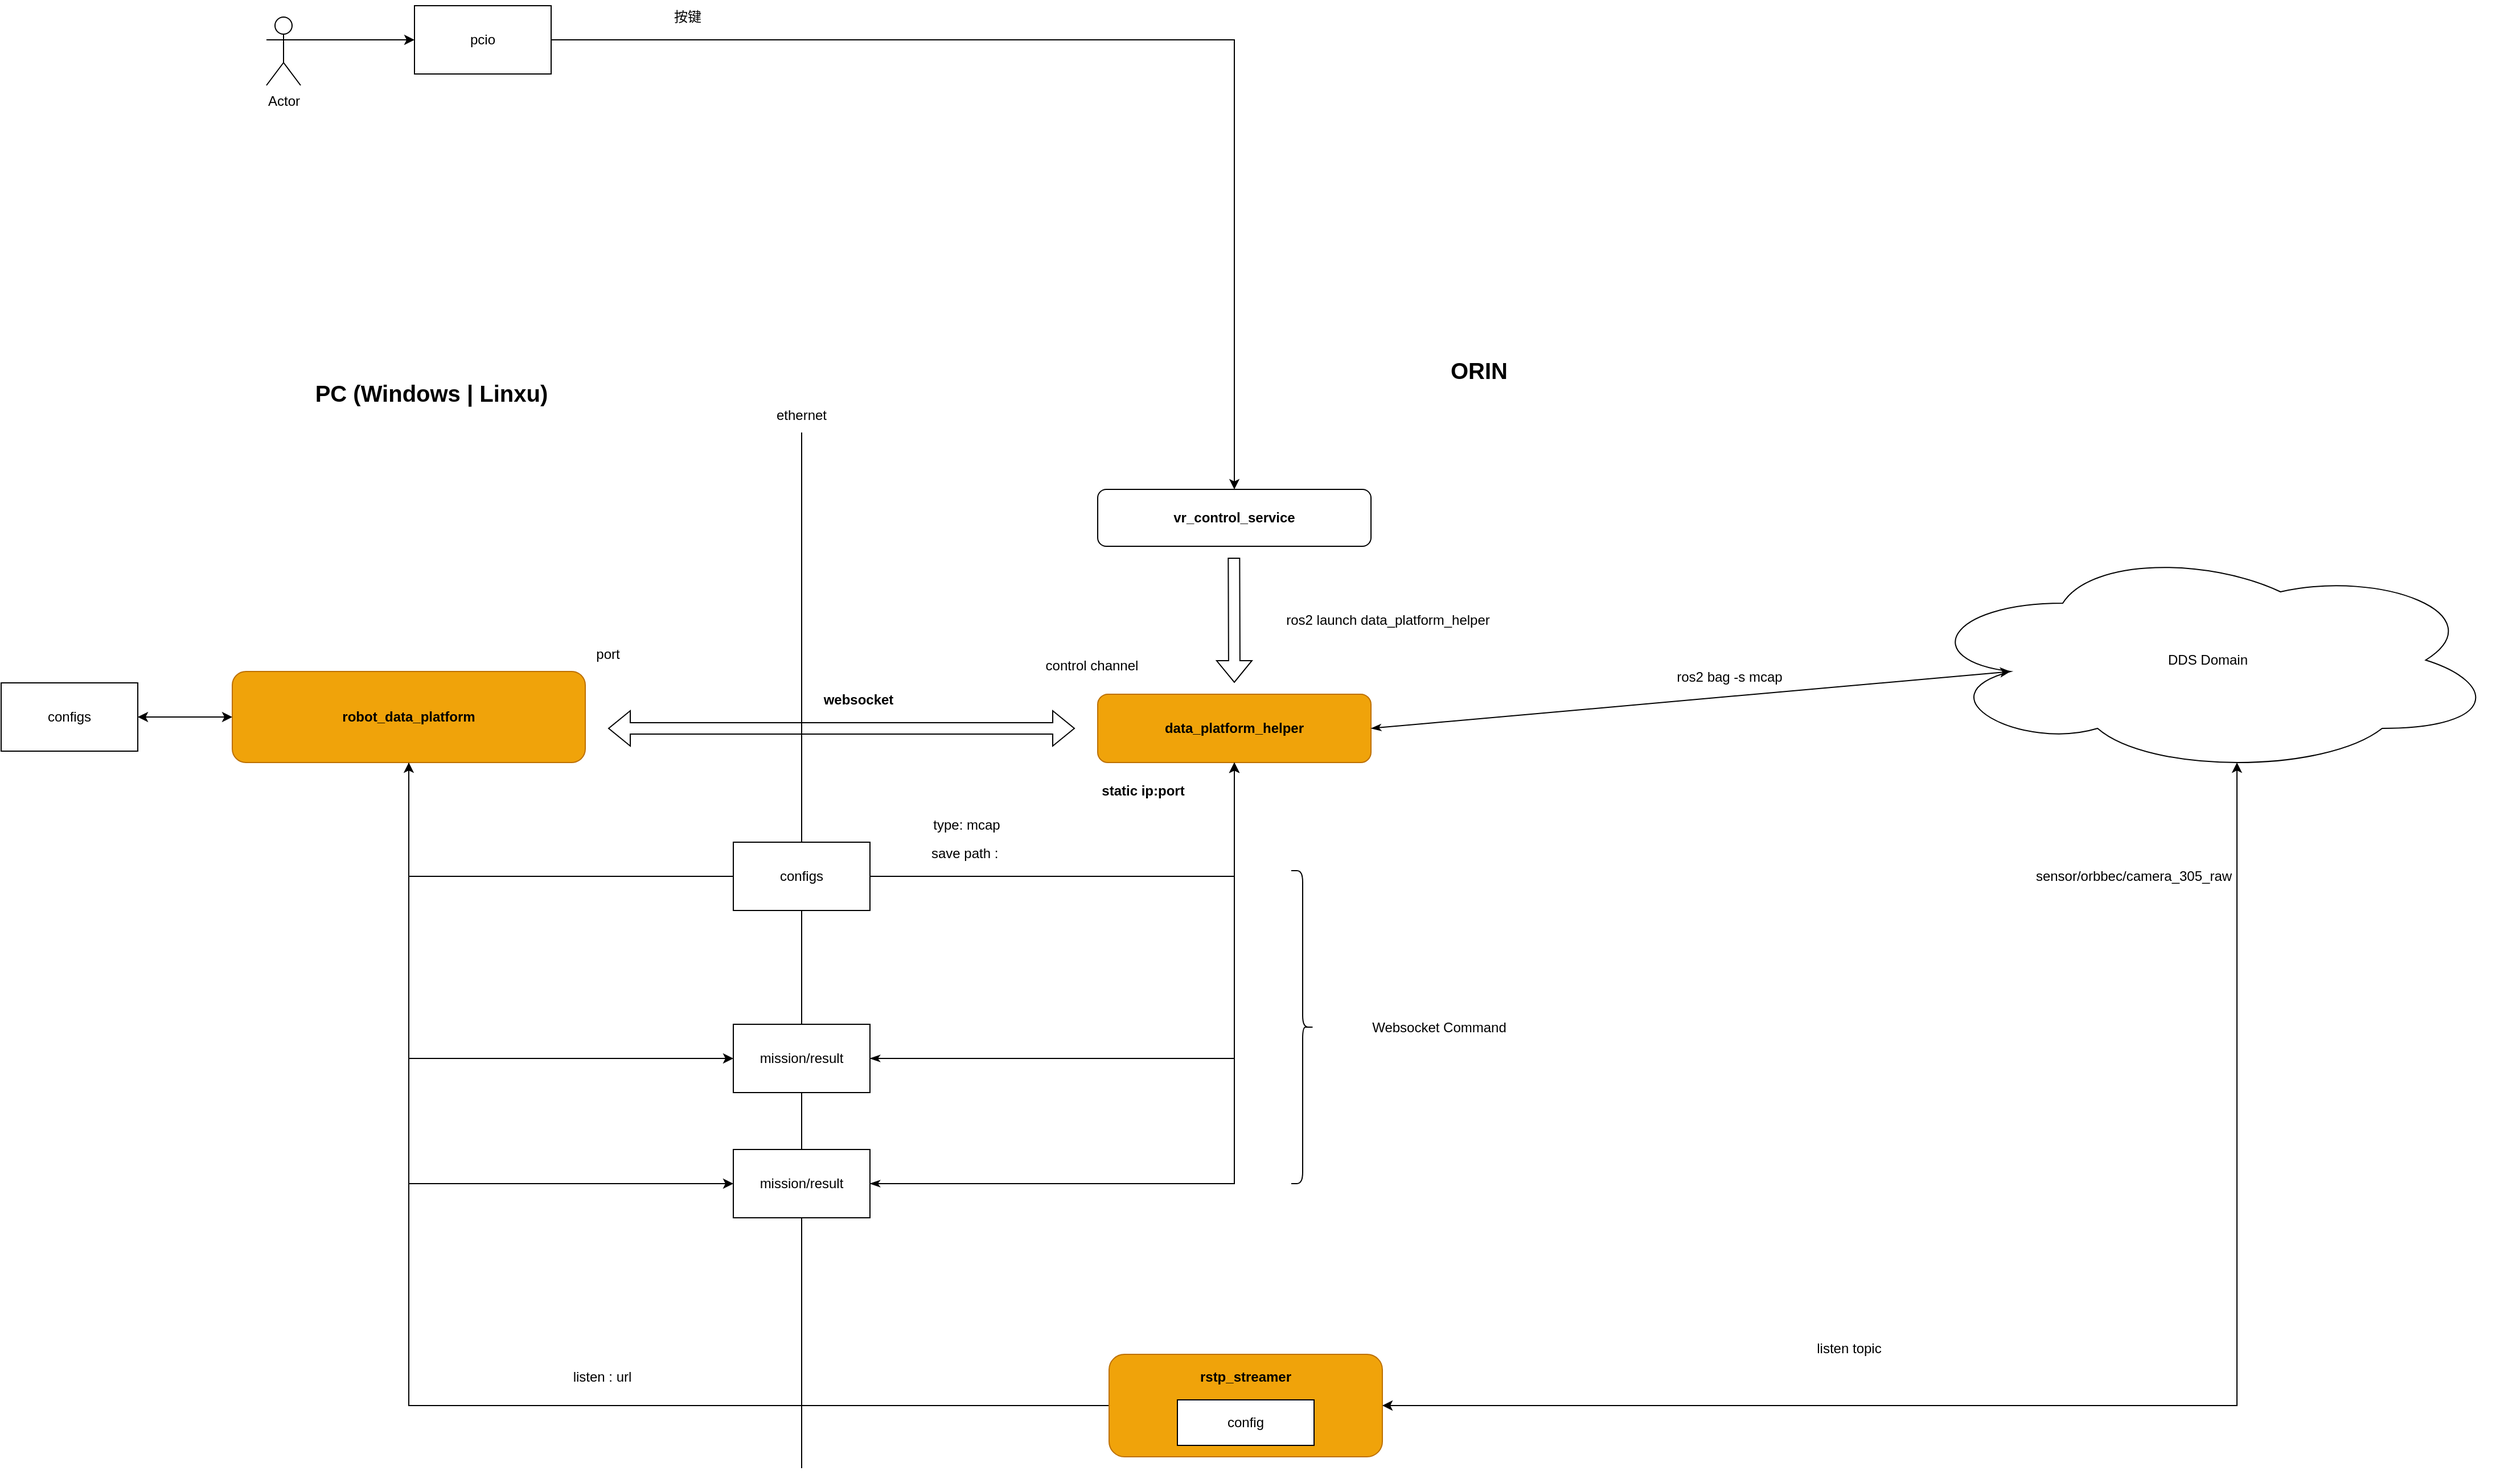
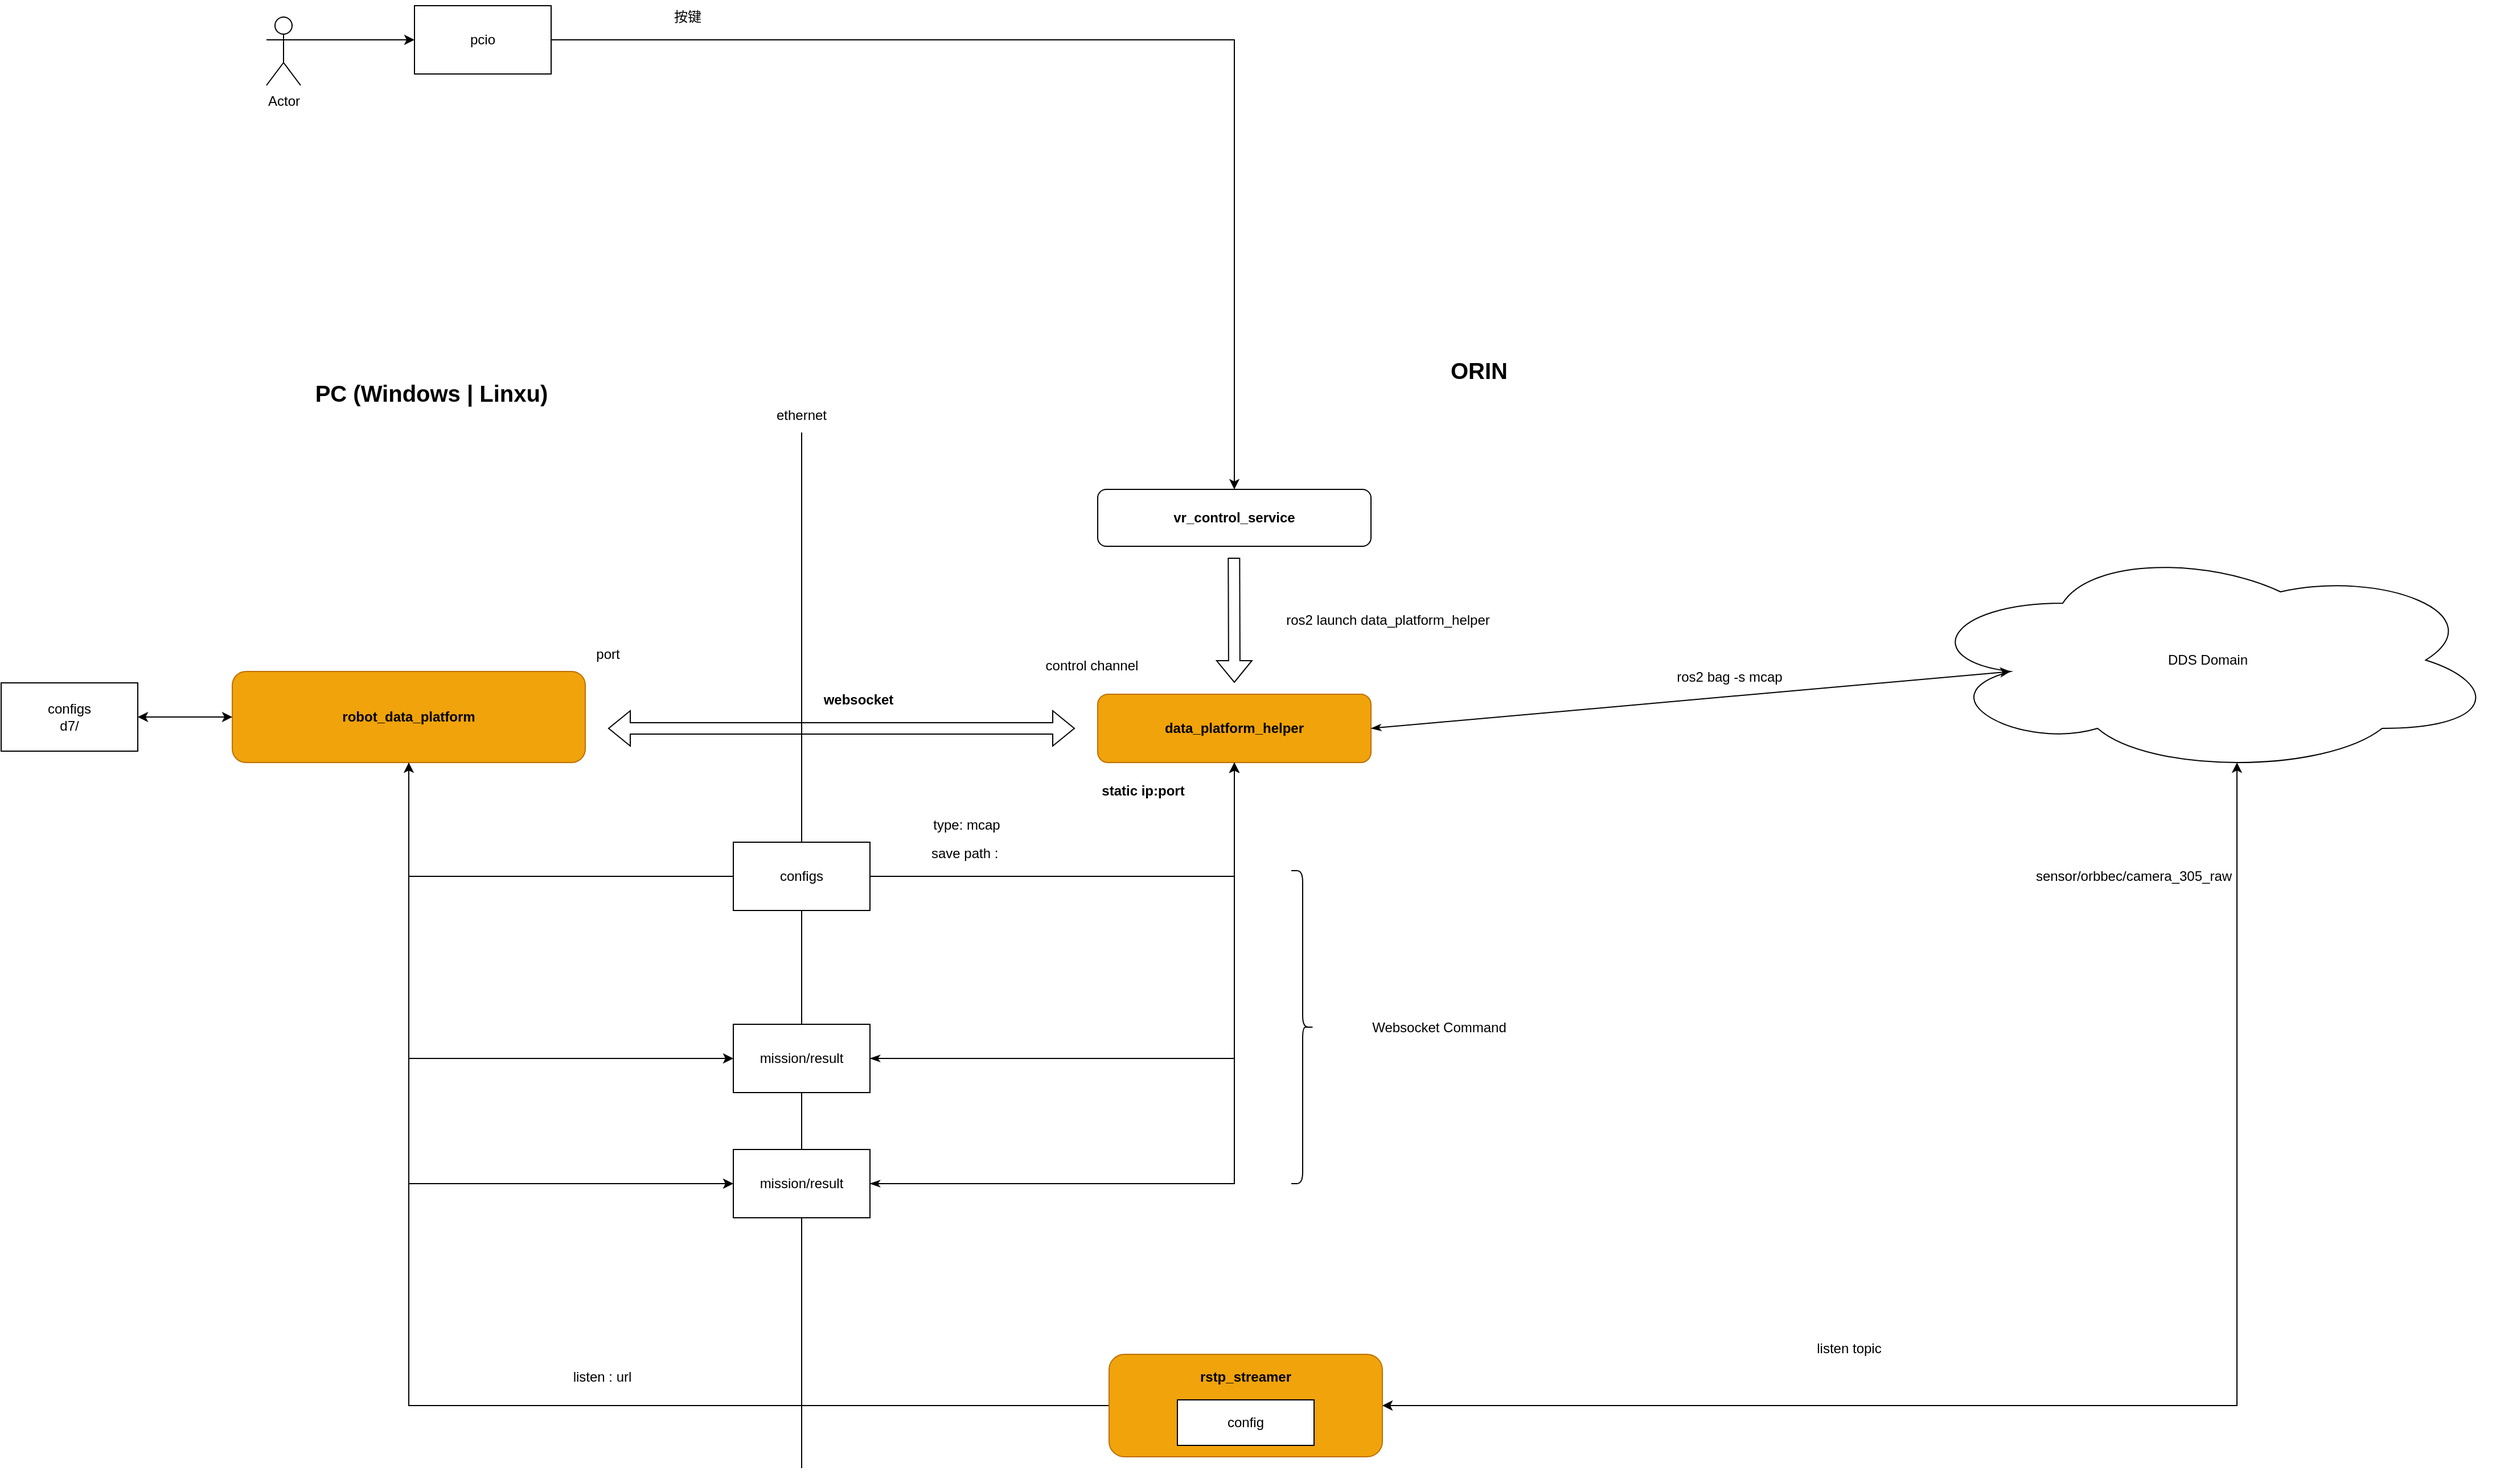
<mxfile host="app.diagrams.net" pages="2">
  <diagram name="第 1 页" id="ybuJFLsuspTRZjUBc2Sj">
-     <mxGraphModel dx="2079" dy="1834" grid="1" gridSize="10" guides="1" tooltips="1" connect="1" arrows="1" fold="1" page="1" pageScale="1" pageWidth="827" pageHeight="1169" math="0" shadow="0">
+     <mxGraphModel dx="2540" dy="2078" grid="1" gridSize="10" guides="1" tooltips="1" connect="1" arrows="1" fold="1" page="1" pageScale="1" pageWidth="827" pageHeight="1169" math="0" shadow="0">
      <root>
        <mxCell id="0" />
        <mxCell id="1" parent="0" />
        <mxCell id="PG_7JgB4xY41xIrBQNpI-2" parent="1" style="text;html=1;whiteSpace=wrap;strokeColor=none;fillColor=none;align=center;verticalAlign=middle;rounded=0;fontStyle=1;fontSize=20;" value="ORIN" vertex="1">
          <mxGeometry height="50" width="250" x="640" y="150" as="geometry" />
        </mxCell>
        <mxCell id="PG_7JgB4xY41xIrBQNpI-3" edge="1" parent="1" source="PG_7JgB4xY41xIrBQNpI-25" style="endArrow=none;html=1;rounded=0;" value="">
          <mxGeometry height="50" relative="1" width="50" as="geometry">
            <mxPoint x="170" y="1140" as="sourcePoint" />
            <mxPoint x="170" y="230" as="targetPoint" />
          </mxGeometry>
        </mxCell>
        <mxCell id="PG_7JgB4xY41xIrBQNpI-4" parent="1" style="rounded=1;whiteSpace=wrap;html=1;fontStyle=1;fillColor=#f0a30a;fontColor=#000000;strokeColor=#BD7000;" value="data_platform_helper" vertex="1">
          <mxGeometry height="60" width="240" x="430" y="460" as="geometry" />
        </mxCell>
        <mxCell id="PG_7JgB4xY41xIrBQNpI-6" parent="1" style="rounded=1;whiteSpace=wrap;html=1;fontStyle=1" value="vr_control_service" vertex="1">
          <mxGeometry height="50" width="240" x="430" y="280" as="geometry" />
        </mxCell>
        <mxCell id="PG_7JgB4xY41xIrBQNpI-26" edge="1" parent="1" source="PG_7JgB4xY41xIrBQNpI-7" style="edgeStyle=orthogonalEdgeStyle;rounded=0;orthogonalLoop=1;jettySize=auto;html=1;exitX=0.5;exitY=1;exitDx=0;exitDy=0;entryX=0.5;entryY=1;entryDx=0;entryDy=0;" target="PG_7JgB4xY41xIrBQNpI-4">
          <mxGeometry relative="1" as="geometry">
            <Array as="points">
              <mxPoint x="-175" y="620" />
              <mxPoint x="550" y="620" />
            </Array>
            <mxPoint x="380" y="730" as="targetPoint" />
          </mxGeometry>
        </mxCell>
        <mxCell id="PG_7JgB4xY41xIrBQNpI-33" edge="1" parent="1" source="PG_7JgB4xY41xIrBQNpI-7" style="edgeStyle=orthogonalEdgeStyle;rounded=0;orthogonalLoop=1;jettySize=auto;html=1;exitX=0.5;exitY=1;exitDx=0;exitDy=0;entryX=0;entryY=0.5;entryDx=0;entryDy=0;" target="PG_7JgB4xY41xIrBQNpI-32">
          <mxGeometry relative="1" as="geometry" />
        </mxCell>
        <mxCell id="PG_7JgB4xY41xIrBQNpI-48" edge="1" parent="1" source="PG_7JgB4xY41xIrBQNpI-7" style="edgeStyle=orthogonalEdgeStyle;rounded=0;orthogonalLoop=1;jettySize=auto;html=1;exitX=0.5;exitY=1;exitDx=0;exitDy=0;entryX=0;entryY=0.5;entryDx=0;entryDy=0;" target="PG_7JgB4xY41xIrBQNpI-38">
          <mxGeometry relative="1" as="geometry" />
        </mxCell>
        <mxCell id="PG_7JgB4xY41xIrBQNpI-7" parent="1" style="rounded=1;whiteSpace=wrap;html=1;fontStyle=1;fillColor=#f0a30a;fontColor=#000000;strokeColor=#BD7000;" value="robot_data_platform" vertex="1">
          <mxGeometry height="80" width="310" x="-330" y="440" as="geometry" />
        </mxCell>
        <mxCell id="PG_7JgB4xY41xIrBQNpI-8" parent="1" style="text;html=1;whiteSpace=wrap;strokeColor=none;fillColor=none;align=center;verticalAlign=middle;rounded=0;fontStyle=1;fontSize=20;" value="PC (Windows | Linxu)" vertex="1">
          <mxGeometry height="50" width="250" x="-280" y="170" as="geometry" />
        </mxCell>
        <mxCell id="PG_7JgB4xY41xIrBQNpI-10" edge="1" parent="1" style="shape=flexArrow;endArrow=classic;startArrow=classic;html=1;rounded=0;" value="">
          <mxGeometry height="100" relative="1" width="100" as="geometry">
            <mxPoint y="490" as="sourcePoint" />
            <mxPoint x="410" y="490" as="targetPoint" />
          </mxGeometry>
        </mxCell>
        <mxCell id="PG_7JgB4xY41xIrBQNpI-12" edge="1" parent="1" style="shape=flexArrow;endArrow=classic;html=1;rounded=0;" value="">
          <mxGeometry height="50" relative="1" width="50" as="geometry">
            <mxPoint x="549.66" y="340" as="sourcePoint" />
            <mxPoint x="550" y="450" as="targetPoint" />
          </mxGeometry>
        </mxCell>
        <mxCell id="PG_7JgB4xY41xIrBQNpI-13" parent="1" style="text;html=1;whiteSpace=wrap;strokeColor=none;fillColor=none;align=center;verticalAlign=middle;rounded=0;fontStyle=1" value="websocket" vertex="1">
          <mxGeometry height="30" width="80" x="180" y="450" as="geometry" />
        </mxCell>
        <mxCell id="PG_7JgB4xY41xIrBQNpI-14" parent="1" style="text;html=1;whiteSpace=wrap;strokeColor=none;fillColor=none;align=center;verticalAlign=middle;rounded=0;" value="ethernet" vertex="1">
          <mxGeometry height="30" width="60" x="140" y="200" as="geometry" />
        </mxCell>
        <mxCell id="PG_7JgB4xY41xIrBQNpI-18" edge="1" parent="1" source="PG_7JgB4xY41xIrBQNpI-15" style="edgeStyle=orthogonalEdgeStyle;rounded=0;orthogonalLoop=1;jettySize=auto;html=1;exitX=1;exitY=0.3333333333333333;exitDx=0;exitDy=0;exitPerimeter=0;entryX=0;entryY=0.5;entryDx=0;entryDy=0;" target="PG_7JgB4xY41xIrBQNpI-16">
          <mxGeometry relative="1" as="geometry" />
        </mxCell>
        <mxCell id="PG_7JgB4xY41xIrBQNpI-15" parent="1" style="shape=umlActor;verticalLabelPosition=bottom;verticalAlign=top;html=1;outlineConnect=0;" value="Actor" vertex="1">
          <mxGeometry height="60" width="30" x="-300" y="-135" as="geometry" />
        </mxCell>
        <mxCell id="PG_7JgB4xY41xIrBQNpI-19" edge="1" parent="1" source="PG_7JgB4xY41xIrBQNpI-16" style="edgeStyle=orthogonalEdgeStyle;rounded=0;orthogonalLoop=1;jettySize=auto;html=1;exitX=1;exitY=0.5;exitDx=0;exitDy=0;entryX=0.5;entryY=0;entryDx=0;entryDy=0;" target="PG_7JgB4xY41xIrBQNpI-6">
          <mxGeometry relative="1" as="geometry" />
        </mxCell>
        <mxCell id="PG_7JgB4xY41xIrBQNpI-16" parent="1" style="whiteSpace=wrap;html=1;" value="pcio" vertex="1">
          <mxGeometry height="60" width="120" x="-170" y="-145" as="geometry" />
        </mxCell>
        <mxCell id="PG_7JgB4xY41xIrBQNpI-20" parent="1" style="text;html=1;whiteSpace=wrap;strokeColor=none;fillColor=none;align=center;verticalAlign=middle;rounded=0;" value="ros2 launch data_platform_helper" vertex="1">
          <mxGeometry height="30" width="230" x="570" y="380" as="geometry" />
        </mxCell>
        <mxCell id="PG_7JgB4xY41xIrBQNpI-21" parent="1" style="text;html=1;whiteSpace=wrap;strokeColor=none;fillColor=none;align=center;verticalAlign=middle;rounded=0;" value="control channel" vertex="1">
          <mxGeometry height="30" width="110" x="370" y="420" as="geometry" />
        </mxCell>
        <mxCell id="PG_7JgB4xY41xIrBQNpI-22" parent="1" style="text;html=1;whiteSpace=wrap;strokeColor=none;fillColor=none;align=center;verticalAlign=middle;rounded=0;" value="port" vertex="1">
          <mxGeometry height="30" width="60" x="-30" y="410" as="geometry" />
        </mxCell>
        <mxCell id="PG_7JgB4xY41xIrBQNpI-23" parent="1" style="text;html=1;whiteSpace=wrap;strokeColor=none;fillColor=none;align=center;verticalAlign=middle;rounded=0;fontStyle=1" value="static ip:port" vertex="1">
          <mxGeometry height="30" width="100" x="420" y="530" as="geometry" />
        </mxCell>
        <mxCell id="PG_7JgB4xY41xIrBQNpI-29" parent="1" style="text;html=1;whiteSpace=wrap;strokeColor=none;fillColor=none;align=center;verticalAlign=middle;rounded=0;" value="listen topic" vertex="1">
          <mxGeometry height="50" width="200" x="990" y="1010" as="geometry" />
        </mxCell>
        <mxCell id="PG_7JgB4xY41xIrBQNpI-31" parent="1" style="ellipse;shape=cloud;whiteSpace=wrap;html=1;align=center;" value="DDS Domain" vertex="1">
          <mxGeometry height="200" width="510" x="1150" y="330" as="geometry" />
        </mxCell>
        <mxCell id="PG_7JgB4xY41xIrBQNpI-34" edge="1" parent="1" source="PG_7JgB4xY41xIrBQNpI-32" style="edgeStyle=orthogonalEdgeStyle;rounded=0;orthogonalLoop=1;jettySize=auto;html=1;exitX=1;exitY=0.5;exitDx=0;exitDy=0;entryX=0.5;entryY=1;entryDx=0;entryDy=0;startArrow=classicThin;startFill=1;" target="PG_7JgB4xY41xIrBQNpI-4">
          <mxGeometry relative="1" as="geometry" />
        </mxCell>
        <mxCell id="PG_7JgB4xY41xIrBQNpI-35" edge="1" parent="1" source="PG_7JgB4xY41xIrBQNpI-4" style="endArrow=classic;html=1;rounded=0;exitX=1;exitY=0.5;exitDx=0;exitDy=0;entryX=0.16;entryY=0.55;entryDx=0;entryDy=0;entryPerimeter=0;startArrow=classicThin;startFill=1;" target="PG_7JgB4xY41xIrBQNpI-31" value="">
          <mxGeometry height="50" relative="1" width="50" as="geometry">
            <mxPoint x="810" y="570" as="sourcePoint" />
            <mxPoint x="1326" y="490" as="targetPoint" />
          </mxGeometry>
        </mxCell>
        <mxCell id="PG_7JgB4xY41xIrBQNpI-36" parent="1" style="text;html=1;whiteSpace=wrap;strokeColor=none;fillColor=none;align=center;verticalAlign=middle;rounded=0;" value="ros2 bag -s mcap" vertex="1">
          <mxGeometry height="30" width="130" x="920" y="430" as="geometry" />
        </mxCell>
        <mxCell id="PG_7JgB4xY41xIrBQNpI-37" parent="1" style="text;html=1;whiteSpace=wrap;strokeColor=none;fillColor=none;align=center;verticalAlign=middle;rounded=0;" value="save path :&amp;nbsp;" vertex="1">
          <mxGeometry height="30" width="130" x="250" y="585" as="geometry" />
        </mxCell>
        <mxCell id="PG_7JgB4xY41xIrBQNpI-40" edge="1" parent="1" source="PG_7JgB4xY41xIrBQNpI-39" style="edgeStyle=orthogonalEdgeStyle;rounded=0;orthogonalLoop=1;jettySize=auto;html=1;startArrow=classic;startFill=1;" target="PG_7JgB4xY41xIrBQNpI-7" value="">
          <mxGeometry relative="1" as="geometry" />
        </mxCell>
-         <mxCell id="PG_7JgB4xY41xIrBQNpI-39" parent="1" style="whiteSpace=wrap;html=1;" value="configs" vertex="1">
+         <mxCell id="PG_7JgB4xY41xIrBQNpI-39" parent="1" style="whiteSpace=wrap;html=1;" value="configs&lt;br&gt;d7/" vertex="1">
          <mxGeometry height="60" width="120" x="-533" y="450" as="geometry" />
        </mxCell>
        <mxCell id="PG_7JgB4xY41xIrBQNpI-41" edge="1" parent="1" style="endArrow=none;html=1;rounded=0;" target="PG_7JgB4xY41xIrBQNpI-25" value="">
          <mxGeometry height="50" relative="1" width="50" as="geometry">
            <mxPoint x="170" y="1140" as="sourcePoint" />
            <mxPoint x="170" y="230" as="targetPoint" />
          </mxGeometry>
        </mxCell>
        <mxCell id="PG_7JgB4xY41xIrBQNpI-25" parent="1" style="whiteSpace=wrap;html=1;" value="configs" vertex="1">
          <mxGeometry height="60" width="120" x="110" y="590" as="geometry" />
        </mxCell>
        <mxCell id="PG_7JgB4xY41xIrBQNpI-32" parent="1" style="rounded=0;whiteSpace=wrap;html=1;" value="mission/result" vertex="1">
          <mxGeometry height="60" width="120" x="110" y="750" as="geometry" />
        </mxCell>
        <mxCell id="PG_7JgB4xY41xIrBQNpI-49" edge="1" parent="1" source="PG_7JgB4xY41xIrBQNpI-38" style="edgeStyle=orthogonalEdgeStyle;rounded=0;orthogonalLoop=1;jettySize=auto;html=1;exitX=1;exitY=0.5;exitDx=0;exitDy=0;entryX=0.5;entryY=1;entryDx=0;entryDy=0;startArrow=classicThin;startFill=1;" target="PG_7JgB4xY41xIrBQNpI-4">
          <mxGeometry relative="1" as="geometry" />
        </mxCell>
        <mxCell id="PG_7JgB4xY41xIrBQNpI-38" parent="1" style="rounded=0;whiteSpace=wrap;html=1;" value="mission/result" vertex="1">
          <mxGeometry height="60" width="120" x="110" y="860" as="geometry" />
        </mxCell>
        <mxCell id="PG_7JgB4xY41xIrBQNpI-42" parent="1" style="text;html=1;whiteSpace=wrap;strokeColor=none;fillColor=none;align=center;verticalAlign=middle;rounded=0;" value="按键" vertex="1">
          <mxGeometry height="30" width="60" x="40" y="-150" as="geometry" />
        </mxCell>
        <mxCell id="PG_7JgB4xY41xIrBQNpI-44" edge="1" parent="1" source="PG_7JgB4xY41xIrBQNpI-43" style="edgeStyle=orthogonalEdgeStyle;rounded=0;orthogonalLoop=1;jettySize=auto;html=1;exitX=0;exitY=0.5;exitDx=0;exitDy=0;entryX=0.5;entryY=1;entryDx=0;entryDy=0;strokeColor=light-dark(#000000,#FF0D0D);" target="PG_7JgB4xY41xIrBQNpI-7">
          <mxGeometry relative="1" as="geometry" />
        </mxCell>
        <mxCell id="PG_7JgB4xY41xIrBQNpI-43" parent="1" style="rounded=1;whiteSpace=wrap;html=1;fontStyle=1;fillColor=#f0a30a;fontColor=#000000;strokeColor=#BD7000;" value="" vertex="1">
          <mxGeometry height="90" width="240" x="440" y="1040" as="geometry" />
        </mxCell>
        <mxCell id="PG_7JgB4xY41xIrBQNpI-45" edge="1" parent="1" source="PG_7JgB4xY41xIrBQNpI-43" style="edgeStyle=orthogonalEdgeStyle;rounded=0;orthogonalLoop=1;jettySize=auto;html=1;exitX=1;exitY=0.5;exitDx=0;exitDy=0;entryX=0.55;entryY=0.95;entryDx=0;entryDy=0;entryPerimeter=0;startArrow=classic;startFill=1;strokeColor=light-dark(#000000,#FF0D0D);" target="PG_7JgB4xY41xIrBQNpI-31">
          <mxGeometry relative="1" as="geometry" />
        </mxCell>
        <mxCell id="PG_7JgB4xY41xIrBQNpI-53" parent="1" style="text;html=1;whiteSpace=wrap;strokeColor=none;fillColor=none;align=center;verticalAlign=middle;rounded=0;" value="type: mcap" vertex="1">
          <mxGeometry height="30" width="120" x="255" y="560" as="geometry" />
        </mxCell>
        <mxCell id="PG_7JgB4xY41xIrBQNpI-54" parent="1" style="text;html=1;whiteSpace=wrap;strokeColor=none;fillColor=none;align=center;verticalAlign=middle;rounded=0;" value="listen : url" vertex="1">
          <mxGeometry height="40" width="90" x="-50" y="1040" as="geometry" />
        </mxCell>
        <mxCell id="PG_7JgB4xY41xIrBQNpI-55" parent="1" style="text;html=1;whiteSpace=wrap;strokeColor=none;fillColor=none;align=center;verticalAlign=middle;rounded=0;" value="sensor/orbbec/camera_305_raw" vertex="1">
          <mxGeometry height="40" width="180" x="1250" y="600" as="geometry" />
        </mxCell>
        <mxCell id="PG_7JgB4xY41xIrBQNpI-56" parent="1" style="whiteSpace=wrap;html=1;" value="config" vertex="1">
          <mxGeometry height="40" width="120" x="500" y="1080" as="geometry" />
        </mxCell>
        <mxCell id="PG_7JgB4xY41xIrBQNpI-60" parent="1" style="text;html=1;whiteSpace=wrap;strokeColor=none;fillColor=none;align=center;verticalAlign=middle;rounded=0;fontStyle=1" value="rstp_streamer" vertex="1">
          <mxGeometry height="40" width="130" x="495" y="1040" as="geometry" />
        </mxCell>
        <mxCell id="PG_7JgB4xY41xIrBQNpI-62" parent="1" style="shape=curlyBracket;whiteSpace=wrap;html=1;rounded=1;flipH=1;labelPosition=right;verticalLabelPosition=middle;align=left;verticalAlign=middle;legacyAnchorPoints=0;" value="" vertex="1">
          <mxGeometry height="275" width="20" x="600" y="615" as="geometry" />
        </mxCell>
        <mxCell id="PG_7JgB4xY41xIrBQNpI-63" parent="1" style="text;html=1;whiteSpace=wrap;strokeColor=none;fillColor=none;align=center;verticalAlign=middle;rounded=0;" value="Websocket Command&lt;div&gt;&lt;br/&gt;&lt;/div&gt;" vertex="1">
          <mxGeometry height="200" width="210" x="625" y="660" as="geometry" />
        </mxCell>
      </root>
    </mxGraphModel>
  </diagram>
  <diagram id="ERyvKfnW-TPwMhuBreaX" name="第 2 页">
    <mxGraphModel dx="1122" dy="596" grid="1" gridSize="10" guides="1" tooltips="1" connect="1" arrows="1" fold="1" page="1" pageScale="1" pageWidth="827" pageHeight="1169" math="0" shadow="0">
      <root>
        <mxCell id="0" />
        <mxCell id="1" parent="0" />
        <mxCell id="Lt_kapkQ0GCsb_hZqIK--1" parent="1" style="rounded=1;whiteSpace=wrap;html=1;" value="" vertex="1">
          <mxGeometry height="60" width="120" x="40" y="280" as="geometry" />
        </mxCell>
      </root>
    </mxGraphModel>
  </diagram>
</mxfile>
